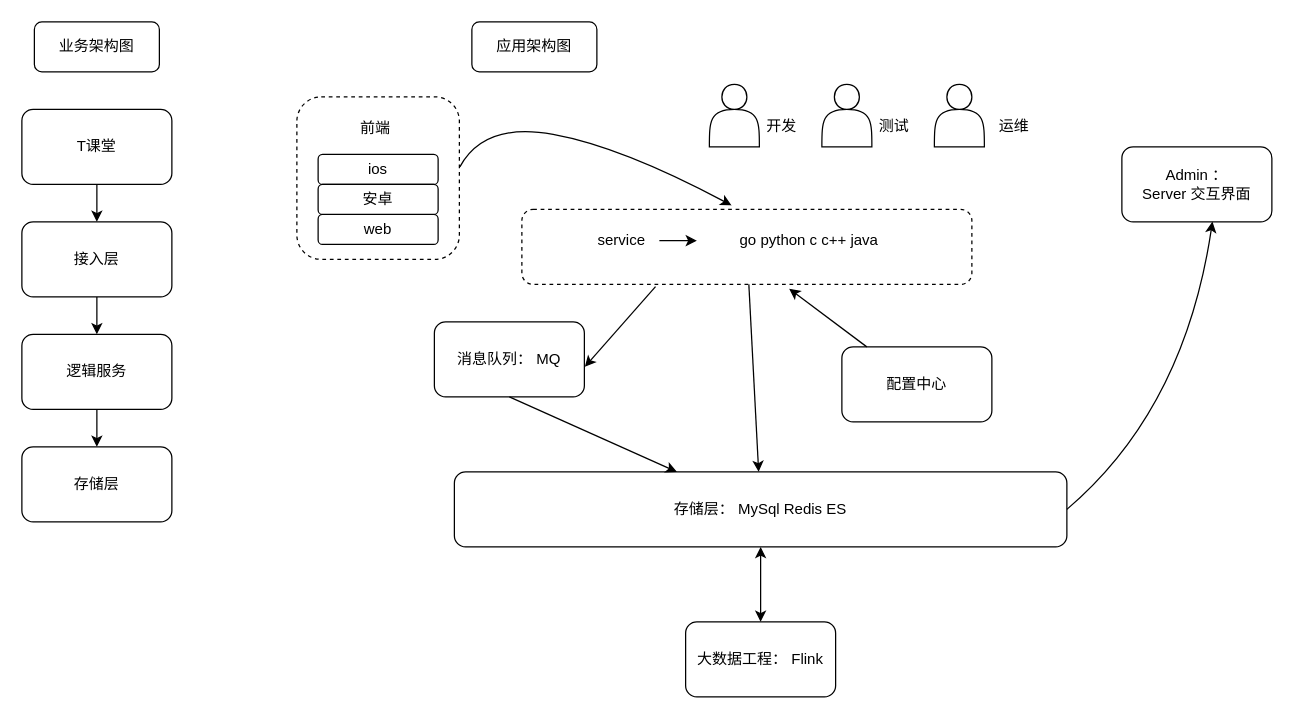
The draw.io diagram page "简易业务架构图示例" (1 of 6) of files/架构图.drawio in 1nfin1te/Java-Doc-Web, before the edit. Source tidied: cells renumbered, new cells numbered last; positions are measured from the earlier drawing's top-left corner, leaving out a move shared by most shapes. Both pictures are drawn from the tidied source at 125%, with x=0, y=0 at pixel (21, 21).
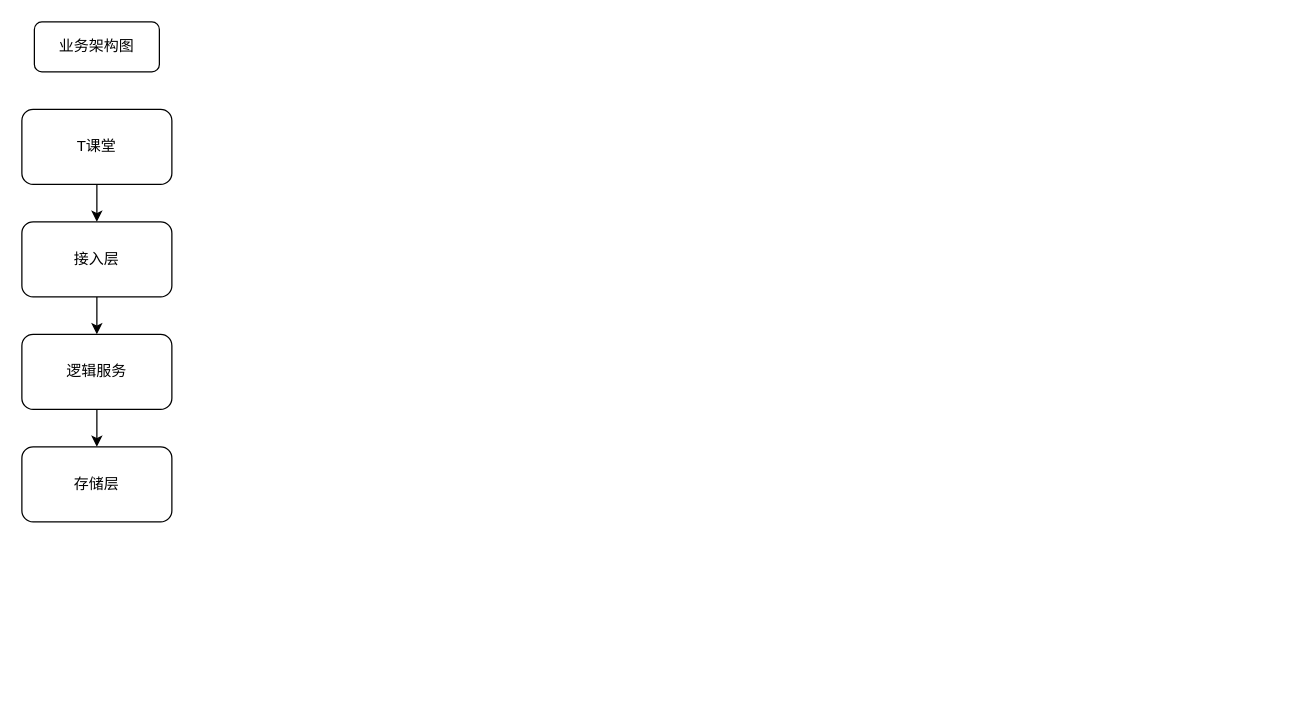
After the change.

The edit, as a diff of the source:
```diff
@@
-    <mxCell id="10" value="应用架构图" style="rounded=1;whiteSpace=wrap;html=1;" parent="1" vertex="1">
-      <mxGeometry x="360" width="100" height="40" as="geometry" />
-    </mxCell>
-    <mxCell id="11" style="shape=actor;whiteSpace=wrap;html=1;" parent="1" vertex="1">
-      <mxGeometry x="550" y="50" width="40" height="50" as="geometry" />
-    </mxCell>
-    <mxCell id="12" value="开发" style="text;strokeColor=none;fillColor=none;align=left;verticalAlign=top;spacingLeft=4;spacingRight=4;overflow=hidden;" parent="1" vertex="1">
-      <mxGeometry x="590" y="70" width="60" height="26" as="geometry" />
-    </mxCell>
-    <mxCell id="13" style="shape=actor;whiteSpace=wrap;html=1;" parent="1" vertex="1">
-      <mxGeometry x="640" y="50" width="40" height="50" as="geometry" />
-    </mxCell>
-    <mxCell id="14" value="测试" style="text;strokeColor=none;fillColor=none;align=left;verticalAlign=top;spacingLeft=4;spacingRight=4;overflow=hidden;" parent="1" vertex="1">
-      <mxGeometry x="680" y="70" width="60" height="26" as="geometry" />
-    </mxCell>
-    <mxCell id="15" style="shape=actor;whiteSpace=wrap;html=1;" parent="1" vertex="1">
-      <mxGeometry x="730" y="50" width="40" height="50" as="geometry" />
-    </mxCell>
-    <mxCell id="16" value="运维" style="text;strokeColor=none;fillColor=none;align=left;verticalAlign=top;spacingLeft=4;spacingRight=4;overflow=hidden;" parent="1" vertex="1">
-      <mxGeometry x="776" y="70" width="60" height="26" as="geometry" />
-    </mxCell>
-    <mxCell id="17" value="ios" style="rounded=1;whiteSpace=wrap;html=1;" parent="1" vertex="1">
-      <mxGeometry x="237" y="106" width="96" height="24" as="geometry" />
-    </mxCell>
-    <mxCell id="18" value="web" style="rounded=1;whiteSpace=wrap;html=1;" parent="1" vertex="1">
-      <mxGeometry x="237" y="154" width="96" height="24" as="geometry" />
-    </mxCell>
-    <mxCell id="19" value="安卓" style="rounded=1;whiteSpace=wrap;html=1;" parent="1" vertex="1">
-      <mxGeometry x="237" y="130" width="96" height="24" as="geometry" />
-    </mxCell>
-    <mxCell id="20" style="rounded=1;whiteSpace=wrap;html=1;fillColor=none;dashed=1;" parent="1" vertex="1">
-      <mxGeometry x="220" y="60" width="130" height="130" as="geometry" />
-    </mxCell>
-    <mxCell id="21" value="前端" style="text;html=1;strokeColor=none;fillColor=none;align=center;verticalAlign=middle;whiteSpace=wrap;rounded=0;dashed=1;" parent="1" vertex="1">
-      <mxGeometry x="253" y="70" width="60" height="30" as="geometry" />
-    </mxCell>
-    <mxCell id="22" style="rounded=1;whiteSpace=wrap;html=1;fillColor=none;dashed=1;" parent="1" vertex="1">
-      <mxGeometry x="400" y="150" width="360" height="60" as="geometry" />
-    </mxCell>
-    <mxCell id="23" style="edgeStyle=orthogonalEdgeStyle;rounded=0;jettySize=auto;html=1;" parent="1" edge="1" source="24" target="25">
-      <mxGeometry relative="1" as="geometry" />
-    </mxCell>
-    <mxCell id="24" value="service" style="text;html=1;strokeColor=none;fillColor=none;align=center;verticalAlign=middle;whiteSpace=wrap;rounded=0;dashed=1;" parent="1" vertex="1">
-      <mxGeometry x="450" y="160" width="60" height="30" as="geometry" />
-    </mxCell>
-    <mxCell id="25" value="go python c c++&amp;nbsp;java" style="text;html=1;strokeColor=none;fillColor=none;align=center;verticalAlign=middle;whiteSpace=wrap;rounded=0;dashed=1;" parent="1" vertex="1">
-      <mxGeometry x="540" y="160" width="180" height="30" as="geometry" />
-    </mxCell>
-    <mxCell id="26" value="配置中心" style="rounded=1;whiteSpace=wrap;html=1;fillColor=none;" parent="1" vertex="1">
-      <mxGeometry x="656" y="260" width="120" height="60" as="geometry" />
-    </mxCell>
-    <mxCell id="27" style="curved=1;endArrow=classic;html=1;rounded=0;entryX=0.466;entryY=-0.053;entryDx=0;entryDy=0;entryPerimeter=0;exitX=1.003;exitY=0.431;exitDx=0;exitDy=0;exitPerimeter=0;" parent="1" edge="1" source="20" target="22">
-      <mxGeometry relative="1" as="geometry">
-        <Array as="points">
-          <mxPoint x="370" y="80" />
-          <mxPoint x="480" y="100" />
-        </Array>
-      </mxGeometry>
-    </mxCell>
-    <mxCell id="28" style="endArrow=classic;html=1;rounded=0;entryX=0.594;entryY=1.058;entryDx=0;entryDy=0;entryPerimeter=0;" parent="1" edge="1" source="26" target="22">
-      <mxGeometry relative="1" as="geometry" />
-    </mxCell>
-    <mxCell id="29" value="存储层：&amp;nbsp;MySql&amp;nbsp;Redis&amp;nbsp;ES" style="rounded=1;whiteSpace=wrap;html=1;fillColor=none;" parent="1" vertex="1">
-      <mxGeometry x="346" y="360" width="490" height="60" as="geometry" />
-    </mxCell>
-    <mxCell id="30" value="消息队列：&amp;nbsp;MQ" style="rounded=1;whiteSpace=wrap;html=1;fillColor=none;" parent="1" vertex="1">
-      <mxGeometry x="330" y="240" width="120" height="60" as="geometry" />
-    </mxCell>
-    <mxCell id="31" style="endArrow=classic;html=1;rounded=0;entryX=1.003;entryY=0.6;entryDx=0;entryDy=0;entryPerimeter=0;exitX=0.297;exitY=1.031;exitDx=0;exitDy=0;exitPerimeter=0;" parent="1" edge="1" source="22" target="30">
-      <mxGeometry relative="1" as="geometry" />
-    </mxCell>
-    <mxCell id="32" style="endArrow=classic;html=1;rounded=0;exitX=0.5;exitY=1;exitDx=0;exitDy=0;" parent="1" edge="1" source="30" target="29">
-      <mxGeometry relative="1" as="geometry" />
-    </mxCell>
-    <mxCell id="33" style="endArrow=classic;html=1;rounded=0;" parent="1" edge="1" source="22" target="29">
-      <mxGeometry relative="1" as="geometry" />
-    </mxCell>
-    <mxCell id="34" value="大数据工程：&amp;nbsp;Flink" style="rounded=1;whiteSpace=wrap;html=1;fillColor=none;" parent="1" vertex="1">
-      <mxGeometry x="531" y="480" width="120" height="60" as="geometry" />
-    </mxCell>
-    <mxCell id="35" style="endArrow=classic;startArrow=classic;html=1;rounded=0;entryX=0.5;entryY=1;entryDx=0;entryDy=0;" parent="1" edge="1" source="34" target="29">
-      <mxGeometry relative="1" as="geometry" />
-    </mxCell>
-    <mxCell id="36" value="Admin ：&lt;br&gt;Server&amp;nbsp;交互界面" style="rounded=1;whiteSpace=wrap;html=1;fillColor=none;" parent="1" vertex="1">
-      <mxGeometry x="880" y="100" width="120" height="60" as="geometry" />
-    </mxCell>
-    <mxCell id="37" style="curved=1;endArrow=classic;html=1;rounded=0;entryX=0.604;entryY=0.996;entryDx=0;entryDy=0;entryPerimeter=0;exitX=1;exitY=0.5;exitDx=0;exitDy=0;" parent="1" edge="1" source="29" target="36">
-      <mxGeometry relative="1" as="geometry">
-        <Array as="points">
-          <mxPoint x="930" y="310" />
-        </Array>
-      </mxGeometry>
-    </mxCell>
```
